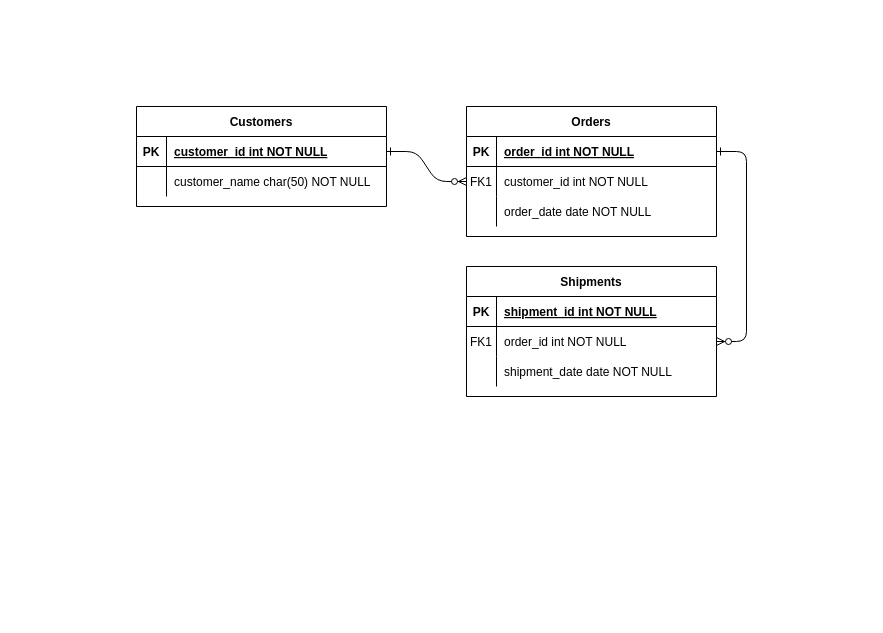
This is Untitled Diagram.drawio from ariehammond/conservation_DEI, a draw.io file, before an edit. Source tidied: cells renumbered, new cells numbered last; positions are measured from the earlier drawing's top-left corner, leaving out a move shared by most shapes. Both pictures are drawn from the tidied source at 100%, with x=0, y=0 at pixel (136, 106).
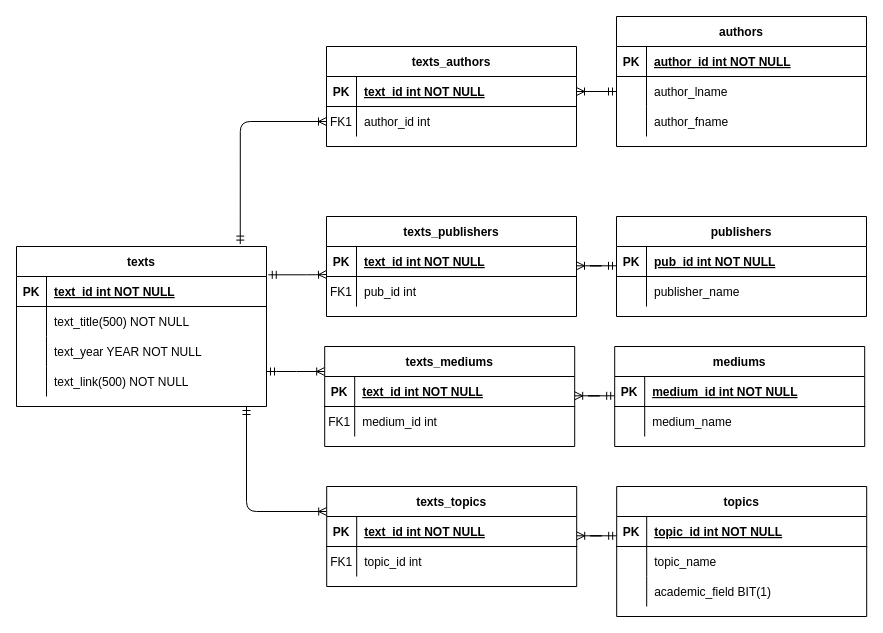
The same diagram, later.

Commit message:
consDEI_db_map

Unchanged cells that the change refers to:
```xml
<mxCell id="5" style="shape=partialRectangle;fillColor=none;points=[[0,0.5],[1,0.5]];portConstraint=eastwest;top=0;left=0;right=0;bottom=1;" parent="4" vertex="1">
  <mxGeometry y="30" width="250" height="30" as="geometry" />
</mxCell>
<mxCell id="8" style="shape=partialRectangle;fillColor=none;points=[[0,0.5],[1,0.5]];portConstraint=eastwest;top=0;left=0;right=0;bottom=0;" parent="4" vertex="1">
  <mxGeometry y="60" width="250" height="30" as="geometry" />
</mxCell>
<mxCell id="15" style="shape=partialRectangle;fillColor=none;top=0;left=0;right=0;bottom=1;" parent="14" vertex="1">
  <mxGeometry y="30" width="250" height="30" as="geometry" />
</mxCell>
<mxCell id="18" style="shape=partialRectangle;fillColor=none;points=[[0,0.5],[1,0.5]];portConstraint=eastwest;top=0;left=0;right=0;bottom=0;" parent="14" vertex="1">
  <mxGeometry y="60" width="250" height="30" as="geometry" />
</mxCell>
<mxCell id="21" style="shape=partialRectangle;fillColor=none;top=0;left=0;right=0;bottom=0;" parent="14" vertex="1">
  <mxGeometry y="90" width="250" height="30" as="geometry" />
</mxCell>
<mxCell id="25" style="shape=partialRectangle;fillColor=none;points=[[0,0.5],[1,0.5]];portConstraint=eastwest;top=0;left=0;right=0;bottom=1;" parent="24" vertex="1">
  <mxGeometry y="30" width="250" height="30" as="geometry" />
</mxCell>
<mxCell id="28" style="shape=partialRectangle;fillColor=none;top=0;left=0;right=0;bottom=0;" parent="24" vertex="1">
  <mxGeometry y="60" width="250" height="30" as="geometry" />
</mxCell>
```

Diff of the diagram source:
```diff
@@
-    <mxCell id="2" style="edgeStyle=entityRelationEdgeStyle;endArrow=ERzeroToMany;startArrow=ERone;endFill=1;startFill=0;" parent="1" edge="1" source="25" target="8">
+    <mxCell id="2" style="edgeStyle=orthogonalEdgeStyle;endArrow=ERoneToMany;startArrow=ERmandOne;endFill=0;startFill=0;exitX=0.895;exitY=-0.015;exitDx=0;exitDy=0;exitPerimeter=0;" parent="1" edge="1" source="24" target="8">
       <mxGeometry relative="1" as="geometry" />
     </mxCell>
-    <mxCell id="3" style="edgeStyle=entityRelationEdgeStyle;endArrow=ERzeroToMany;startArrow=ERone;endFill=1;startFill=0;" parent="1" edge="1" source="5" target="18">
+    <mxCell id="3" style="edgeStyle=entityRelationEdgeStyle;endArrow=ERmandOne;startArrow=ERoneToMany;endFill=0;startFill=0;" parent="1" edge="1" source="5" target="18">
       <mxGeometry relative="1" as="geometry" />
     </mxCell>
-    <mxCell id="4" value="Orders" style="shape=table;startSize=30;childLayout=tableLayout;rowLines=0;fontStyle=1;align=center;" parent="1" vertex="1">
-      <mxGeometry x="330" width="250" height="130" as="geometry" />
+    <mxCell id="4" value="texts_authors" style="shape=table;startSize=30;childLayout=tableLayout;rowLines=0;fontStyle=1;align=center;" parent="1" vertex="1">
+      <mxGeometry x="190" y="-60" width="250" height="100" as="geometry" />
     </mxCell>
@@
-    <mxCell id="7" value="order_id int NOT NULL " style="shape=partialRectangle;overflow=hidden;fillColor=none;top=0;left=0;bottom=0;right=0;align=left;spacingLeft=6;fontStyle=5;" parent="5" vertex="1">
+    <mxCell id="7" value="text_id int NOT NULL " style="shape=partialRectangle;overflow=hidden;fillColor=none;top=0;left=0;bottom=0;right=0;align=left;spacingLeft=6;fontStyle=5;" parent="5" vertex="1">
       <mxGeometry x="30" width="220" height="30" as="geometry" />
     </mxCell>
@@
-    <mxCell id="10" value="customer_id int NOT NULL" style="shape=partialRectangle;overflow=hidden;fillColor=none;top=0;left=0;bottom=0;right=0;align=left;spacingLeft=6;" parent="8" vertex="1">
+    <mxCell id="10" value="author_id int" style="shape=partialRectangle;overflow=hidden;fillColor=none;top=0;left=0;bottom=0;right=0;align=left;spacingLeft=6;" parent="8" vertex="1">
       <mxGeometry x="30" width="220" height="30" as="geometry" />
     </mxCell>
-    <mxCell id="11" style="shape=partialRectangle;fillColor=none;top=0;left=0;right=0;bottom=0;" parent="4" vertex="1">
-      <mxGeometry y="90" width="250" height="30" as="geometry" />
-    </mxCell>
-    <mxCell id="12" style="shape=partialRectangle;overflow=hidden;fillColor=none;top=0;left=0;bottom=0;right=0;" parent="11" vertex="1">
-      <mxGeometry width="30" height="30" as="geometry" />
-    </mxCell>
-    <mxCell id="13" value="order_date date NOT NULL" style="shape=partialRectangle;overflow=hidden;fillColor=none;top=0;left=0;bottom=0;right=0;align=left;spacingLeft=6;" parent="11" vertex="1">
-      <mxGeometry x="30" width="220" height="30" as="geometry" />
-    </mxCell>
-    <mxCell id="14" value="Shipments" style="shape=table;startSize=30;childLayout=tableLayout;rowLines=0;fontStyle=1;align=center;" parent="1" vertex="1">
-      <mxGeometry x="330" y="160" width="250" height="130" as="geometry" />
+    <mxCell id="14" value="authors" style="shape=table;startSize=30;childLayout=tableLayout;rowLines=0;fontStyle=1;align=center;" parent="1" vertex="1">
+      <mxGeometry x="480" y="-90" width="250" height="130" as="geometry" />
     </mxCell>
@@
-    <mxCell id="17" value="shipment_id int NOT NULL " style="shape=partialRectangle;overflow=hidden;fillColor=none;top=0;left=0;bottom=0;right=0;align=left;spacingLeft=6;fontStyle=5;" parent="15" vertex="1">
+    <mxCell id="17" value="author_id int NOT NULL " style="shape=partialRectangle;overflow=hidden;fillColor=none;top=0;left=0;bottom=0;right=0;align=left;spacingLeft=6;fontStyle=5;" parent="15" vertex="1">
       <mxGeometry x="30" width="220" height="30" as="geometry" />
     </mxCell>
@@
-    <mxCell id="19" value="FK1" style="shape=partialRectangle;overflow=hidden;fillColor=none;top=0;left=0;bottom=0;right=0;" parent="18" vertex="1">
+    <mxCell id="19" style="shape=partialRectangle;overflow=hidden;fillColor=none;top=0;left=0;bottom=0;right=0;" parent="18" vertex="1">
       <mxGeometry width="30" height="30" as="geometry" />
     </mxCell>
-    <mxCell id="20" value="order_id int NOT NULL" style="shape=partialRectangle;overflow=hidden;fillColor=none;top=0;left=0;bottom=0;right=0;align=left;spacingLeft=6;" parent="18" vertex="1">
+    <mxCell id="20" value="author_lname" style="shape=partialRectangle;overflow=hidden;fillColor=none;top=0;left=0;bottom=0;right=0;align=left;spacingLeft=6;" parent="18" vertex="1">
       <mxGeometry x="30" width="220" height="30" as="geometry" />
     </mxCell>
@@
-    <mxCell id="23" value="shipment_date date NOT NULL" style="shape=partialRectangle;overflow=hidden;fillColor=none;top=0;left=0;bottom=0;right=0;align=left;spacingLeft=6;" parent="21" vertex="1">
+    <mxCell id="23" value="author_fname" style="shape=partialRectangle;overflow=hidden;fillColor=none;top=0;left=0;bottom=0;right=0;align=left;spacingLeft=6;" parent="21" vertex="1">
       <mxGeometry x="30" width="220" height="30" as="geometry" />
     </mxCell>
-    <mxCell id="24" value="Customers" style="shape=table;startSize=30;childLayout=tableLayout;rowLines=0;fontStyle=1;align=center;" parent="1" vertex="1">
-      <mxGeometry width="250" height="100" as="geometry" />
+    <mxCell id="24" value="texts" style="shape=table;startSize=30;childLayout=tableLayout;rowLines=0;fontStyle=1;align=center;" parent="1" vertex="1">
+      <mxGeometry x="-120" y="140" width="250" height="160" as="geometry" />
     </mxCell>
@@
-    <mxCell id="27" value="customer_id int NOT NULL " style="shape=partialRectangle;overflow=hidden;fillColor=none;top=0;left=0;bottom=0;right=0;align=left;spacingLeft=6;fontStyle=5;" parent="25" vertex="1">
+    <mxCell id="27" value="text_id int NOT NULL " style="shape=partialRectangle;overflow=hidden;fillColor=none;top=0;left=0;bottom=0;right=0;align=left;spacingLeft=6;fontStyle=5;" parent="25" vertex="1">
       <mxGeometry x="30" width="220" height="30" as="geometry" />
     </mxCell>
@@
-    <mxCell id="30" value="customer_name char(50) NOT NULL" style="shape=partialRectangle;overflow=hidden;fillColor=none;top=0;left=0;bottom=0;right=0;align=left;spacingLeft=6;" parent="28" vertex="1">
+    <mxCell id="30" value="text_title(500) NOT NULL" style="shape=partialRectangle;overflow=hidden;fillColor=none;top=0;left=0;bottom=0;right=0;align=left;spacingLeft=6;" parent="28" vertex="1">
       <mxGeometry x="30" width="220" height="30" as="geometry" />
     </mxCell>
+    <mxCell id="31" style="shape=partialRectangle;fillColor=none;top=0;left=0;right=0;bottom=0;" parent="24" vertex="1">
+      <mxGeometry y="90" width="250" height="30" as="geometry" />
+    </mxCell>
+    <mxCell id="32" style="shape=partialRectangle;overflow=hidden;fillColor=none;top=0;left=0;bottom=0;right=0;" parent="31" vertex="1">
+      <mxGeometry width="30" height="30" as="geometry" />
+    </mxCell>
+    <mxCell id="33" value="text_year YEAR NOT NULL" style="shape=partialRectangle;overflow=hidden;fillColor=none;top=0;left=0;bottom=0;right=0;align=left;spacingLeft=6;" parent="31" vertex="1">
+      <mxGeometry x="30" width="220" height="30" as="geometry" />
+    </mxCell>
+    <mxCell id="34" style="shape=partialRectangle;fillColor=none;top=0;left=0;right=0;bottom=0;" parent="24" vertex="1">
+      <mxGeometry y="120" width="250" height="30" as="geometry" />
+    </mxCell>
+    <mxCell id="35" style="shape=partialRectangle;overflow=hidden;fillColor=none;top=0;left=0;bottom=0;right=0;" parent="34" vertex="1">
+      <mxGeometry width="30" height="30" as="geometry" />
+    </mxCell>
+    <mxCell id="36" value="text_link(500) NOT NULL" style="shape=partialRectangle;overflow=hidden;fillColor=none;top=0;left=0;bottom=0;right=0;align=left;spacingLeft=6;" parent="34" vertex="1">
+      <mxGeometry x="30" width="220" height="30" as="geometry" />
+    </mxCell>
+    <mxCell id="37" value="texts_publishers" style="shape=table;startSize=30;childLayout=tableLayout;rowLines=0;fontStyle=1;align=center;" parent="1" vertex="1">
+      <mxGeometry x="190" y="110" width="250" height="100" as="geometry" />
+    </mxCell>
+    <mxCell id="38" style="shape=partialRectangle;fillColor=none;top=0;left=0;right=0;bottom=1;" parent="37" vertex="1">
+      <mxGeometry y="30" width="250" height="30" as="geometry" />
+    </mxCell>
+    <mxCell id="39" value="PK" style="shape=partialRectangle;overflow=hidden;fillColor=none;top=0;left=0;bottom=0;right=0;fontStyle=1;" parent="38" vertex="1">
+      <mxGeometry width="30" height="30" as="geometry" />
+    </mxCell>
+    <mxCell id="40" value="text_id int NOT NULL " style="shape=partialRectangle;overflow=hidden;fillColor=none;top=0;left=0;bottom=0;right=0;align=left;spacingLeft=6;fontStyle=5;" parent="38" vertex="1">
+      <mxGeometry x="30" width="220" height="30" as="geometry" />
+    </mxCell>
+    <mxCell id="41" style="shape=partialRectangle;fillColor=none;top=0;left=0;right=0;bottom=0;" parent="37" vertex="1">
+      <mxGeometry y="60" width="250" height="30" as="geometry" />
+    </mxCell>
+    <mxCell id="42" value="FK1" style="shape=partialRectangle;overflow=hidden;fillColor=none;top=0;left=0;bottom=0;right=0;" parent="41" vertex="1">
+      <mxGeometry width="30" height="30" as="geometry" />
+    </mxCell>
+    <mxCell id="43" value="pub_id int" style="shape=partialRectangle;overflow=hidden;fillColor=none;top=0;left=0;bottom=0;right=0;align=left;spacingLeft=6;" parent="41" vertex="1">
+      <mxGeometry x="30" width="220" height="30" as="geometry" />
+    </mxCell>
+    <mxCell id="44" style="edgeStyle=entityRelationEdgeStyle;endArrow=ERmandOne;startArrow=ERoneToMany;endFill=0;startFill=0;" parent="1" edge="1">
+      <mxGeometry relative="1" as="geometry">
+        <mxPoint x="440" y="159.3" as="sourcePoint" />
+        <mxPoint x="480" y="159.3" as="targetPoint" />
+      </mxGeometry>
+    </mxCell>
+    <mxCell id="45" style="edgeStyle=orthogonalEdgeStyle;endArrow=ERoneToMany;startArrow=ERmandOne;endFill=0;startFill=0;exitX=1.007;exitY=-0.056;exitDx=0;exitDy=0;exitPerimeter=0;" parent="1" edge="1" source="25">
+      <mxGeometry relative="1" as="geometry">
+        <mxPoint x="190" y="168" as="targetPoint" />
+        <Array as="points">
+          <mxPoint x="180" y="168" />
+          <mxPoint x="180" y="168" />
+        </Array>
+      </mxGeometry>
+    </mxCell>
+    <mxCell id="46" value="publishers" style="shape=table;startSize=30;childLayout=tableLayout;rowLines=0;fontStyle=1;align=center;" parent="1" vertex="1">
+      <mxGeometry x="480" y="110" width="250" height="100" as="geometry" />
+    </mxCell>
+    <mxCell id="47" style="shape=partialRectangle;fillColor=none;top=0;left=0;right=0;bottom=1;" parent="46" vertex="1">
+      <mxGeometry y="30" width="250" height="30" as="geometry" />
+    </mxCell>
+    <mxCell id="48" value="PK" style="shape=partialRectangle;overflow=hidden;fillColor=none;top=0;left=0;bottom=0;right=0;fontStyle=1;" parent="47" vertex="1">
+      <mxGeometry width="30" height="30" as="geometry" />
+    </mxCell>
+    <mxCell id="49" value="pub_id int NOT NULL " style="shape=partialRectangle;overflow=hidden;fillColor=none;top=0;left=0;bottom=0;right=0;align=left;spacingLeft=6;fontStyle=5;" parent="47" vertex="1">
+      <mxGeometry x="30" width="220" height="30" as="geometry" />
+    </mxCell>
+    <mxCell id="50" style="shape=partialRectangle;fillColor=none;top=0;left=0;right=0;bottom=0;" parent="46" vertex="1">
+      <mxGeometry y="60" width="250" height="30" as="geometry" />
+    </mxCell>
+    <mxCell id="51" style="shape=partialRectangle;overflow=hidden;fillColor=none;top=0;left=0;bottom=0;right=0;" parent="50" vertex="1">
+      <mxGeometry width="30" height="30" as="geometry" />
+    </mxCell>
+    <mxCell id="52" value="publisher_name" style="shape=partialRectangle;overflow=hidden;fillColor=none;top=0;left=0;bottom=0;right=0;align=left;spacingLeft=6;" parent="50" vertex="1">
+      <mxGeometry x="30" width="220" height="30" as="geometry" />
+    </mxCell>
+    <mxCell id="53" style="edgeStyle=entityRelationEdgeStyle;endArrow=ERmandOne;startArrow=ERoneToMany;endFill=0;startFill=0;" parent="1" edge="1">
+      <mxGeometry relative="1" as="geometry">
+        <mxPoint x="438.2" y="289.3" as="sourcePoint" />
+        <mxPoint x="478.2" y="289.3" as="targetPoint" />
+      </mxGeometry>
+    </mxCell>
+    <mxCell id="54" style="edgeStyle=orthogonalEdgeStyle;endArrow=ERoneToMany;startArrow=ERmandOne;endFill=0;startFill=0;entryX=0;entryY=0.25;entryDx=0;entryDy=0;" parent="1" edge="1" target="55">
+      <mxGeometry relative="1" as="geometry">
+        <mxPoint x="130" y="265" as="sourcePoint" />
+        <Array as="points">
+          <mxPoint x="150" y="265" />
+          <mxPoint x="150" y="265" />
+        </Array>
+      </mxGeometry>
+    </mxCell>
+    <mxCell id="55" value="texts_mediums" style="shape=table;startSize=30;childLayout=tableLayout;rowLines=0;fontStyle=1;align=center;" parent="1" vertex="1">
+      <mxGeometry x="188.2" y="240" width="250" height="100" as="geometry" />
+    </mxCell>
+    <mxCell id="56" style="shape=partialRectangle;fillColor=none;top=0;left=0;right=0;bottom=1;" parent="55" vertex="1">
+      <mxGeometry y="30" width="250" height="30" as="geometry" />
+    </mxCell>
+    <mxCell id="57" value="PK" style="shape=partialRectangle;overflow=hidden;fillColor=none;top=0;left=0;bottom=0;right=0;fontStyle=1;" parent="56" vertex="1">
+      <mxGeometry width="30" height="30" as="geometry" />
+    </mxCell>
+    <mxCell id="58" value="text_id int NOT NULL " style="shape=partialRectangle;overflow=hidden;fillColor=none;top=0;left=0;bottom=0;right=0;align=left;spacingLeft=6;fontStyle=5;" parent="56" vertex="1">
+      <mxGeometry x="30" width="220" height="30" as="geometry" />
+    </mxCell>
+    <mxCell id="59" style="shape=partialRectangle;fillColor=none;top=0;left=0;right=0;bottom=0;" parent="55" vertex="1">
+      <mxGeometry y="60" width="250" height="30" as="geometry" />
+    </mxCell>
+    <mxCell id="60" value="FK1" style="shape=partialRectangle;overflow=hidden;fillColor=none;top=0;left=0;bottom=0;right=0;" parent="59" vertex="1">
+      <mxGeometry width="30" height="30" as="geometry" />
+    </mxCell>
+    <mxCell id="61" value="medium_id int" style="shape=partialRectangle;overflow=hidden;fillColor=none;top=0;left=0;bottom=0;right=0;align=left;spacingLeft=6;" parent="59" vertex="1">
+      <mxGeometry x="30" width="220" height="30" as="geometry" />
+    </mxCell>
+    <mxCell id="62" value="mediums" style="shape=table;startSize=30;childLayout=tableLayout;rowLines=0;fontStyle=1;align=center;" parent="1" vertex="1">
+      <mxGeometry x="478.2" y="240" width="250" height="100" as="geometry" />
+    </mxCell>
+    <mxCell id="63" style="shape=partialRectangle;fillColor=none;top=0;left=0;right=0;bottom=1;" parent="62" vertex="1">
+      <mxGeometry y="30" width="250" height="30" as="geometry" />
+    </mxCell>
+    <mxCell id="64" value="PK" style="shape=partialRectangle;overflow=hidden;fillColor=none;top=0;left=0;bottom=0;right=0;fontStyle=1;" parent="63" vertex="1">
+      <mxGeometry width="30" height="30" as="geometry" />
+    </mxCell>
+    <mxCell id="65" value="medium_id int NOT NULL " style="shape=partialRectangle;overflow=hidden;fillColor=none;top=0;left=0;bottom=0;right=0;align=left;spacingLeft=6;fontStyle=5;" parent="63" vertex="1">
+      <mxGeometry x="30" width="220" height="30" as="geometry" />
+    </mxCell>
+    <mxCell id="66" style="shape=partialRectangle;fillColor=none;top=0;left=0;right=0;bottom=0;" parent="62" vertex="1">
+      <mxGeometry y="60" width="250" height="30" as="geometry" />
+    </mxCell>
+    <mxCell id="67" style="shape=partialRectangle;overflow=hidden;fillColor=none;top=0;left=0;bottom=0;right=0;" parent="66" vertex="1">
+      <mxGeometry width="30" height="30" as="geometry" />
+    </mxCell>
+    <mxCell id="68" value="medium_name" style="shape=partialRectangle;overflow=hidden;fillColor=none;top=0;left=0;bottom=0;right=0;align=left;spacingLeft=6;" parent="66" vertex="1">
+      <mxGeometry x="30" width="220" height="30" as="geometry" />
+    </mxCell>
+    <mxCell id="69" style="edgeStyle=entityRelationEdgeStyle;endArrow=ERmandOne;startArrow=ERoneToMany;endFill=0;startFill=0;" parent="1" edge="1">
+      <mxGeometry relative="1" as="geometry">
+        <mxPoint x="440.2" y="429.3" as="sourcePoint" />
+        <mxPoint x="480.2" y="429.3" as="targetPoint" />
+      </mxGeometry>
+    </mxCell>
+    <mxCell id="70" style="edgeStyle=orthogonalEdgeStyle;endArrow=ERoneToMany;startArrow=ERmandOne;endFill=0;startFill=0;entryX=0;entryY=0.25;entryDx=0;entryDy=0;" parent="1" edge="1" target="71">
+      <mxGeometry relative="1" as="geometry">
+        <mxPoint x="110" y="300" as="sourcePoint" />
+        <Array as="points">
+          <mxPoint x="110" y="405" />
+        </Array>
+      </mxGeometry>
+    </mxCell>
+    <mxCell id="71" value="texts_topics" style="shape=table;startSize=30;childLayout=tableLayout;rowLines=0;fontStyle=1;align=center;" parent="1" vertex="1">
+      <mxGeometry x="190.2" y="380" width="250" height="100" as="geometry" />
+    </mxCell>
+    <mxCell id="72" style="shape=partialRectangle;fillColor=none;top=0;left=0;right=0;bottom=1;" parent="71" vertex="1">
+      <mxGeometry y="30" width="250" height="30" as="geometry" />
+    </mxCell>
+    <mxCell id="73" value="PK" style="shape=partialRectangle;overflow=hidden;fillColor=none;top=0;left=0;bottom=0;right=0;fontStyle=1;" parent="72" vertex="1">
+      <mxGeometry width="30" height="30" as="geometry" />
+    </mxCell>
+    <mxCell id="74" value="text_id int NOT NULL " style="shape=partialRectangle;overflow=hidden;fillColor=none;top=0;left=0;bottom=0;right=0;align=left;spacingLeft=6;fontStyle=5;" parent="72" vertex="1">
+      <mxGeometry x="30" width="220" height="30" as="geometry" />
+    </mxCell>
+    <mxCell id="75" style="shape=partialRectangle;fillColor=none;top=0;left=0;right=0;bottom=0;" parent="71" vertex="1">
+      <mxGeometry y="60" width="250" height="30" as="geometry" />
+    </mxCell>
+    <mxCell id="76" value="FK1" style="shape=partialRectangle;overflow=hidden;fillColor=none;top=0;left=0;bottom=0;right=0;" parent="75" vertex="1">
+      <mxGeometry width="30" height="30" as="geometry" />
+    </mxCell>
+    <mxCell id="77" value="topic_id int" style="shape=partialRectangle;overflow=hidden;fillColor=none;top=0;left=0;bottom=0;right=0;align=left;spacingLeft=6;" parent="75" vertex="1">
+      <mxGeometry x="30" width="220" height="30" as="geometry" />
+    </mxCell>
+    <mxCell id="78" value="topics" style="shape=table;startSize=30;childLayout=tableLayout;rowLines=0;fontStyle=1;align=center;" parent="1" vertex="1">
+      <mxGeometry x="480.2" y="380" width="250" height="130" as="geometry" />
+    </mxCell>
+    <mxCell id="79" style="shape=partialRectangle;fillColor=none;top=0;left=0;right=0;bottom=1;" parent="78" vertex="1">
+      <mxGeometry y="30" width="250" height="30" as="geometry" />
+    </mxCell>
+    <mxCell id="80" value="PK" style="shape=partialRectangle;overflow=hidden;fillColor=none;top=0;left=0;bottom=0;right=0;fontStyle=1;" parent="79" vertex="1">
+      <mxGeometry width="30" height="30" as="geometry" />
+    </mxCell>
+    <mxCell id="81" value="topic_id int NOT NULL " style="shape=partialRectangle;overflow=hidden;fillColor=none;top=0;left=0;bottom=0;right=0;align=left;spacingLeft=6;fontStyle=5;" parent="79" vertex="1">
+      <mxGeometry x="30" width="220" height="30" as="geometry" />
+    </mxCell>
+    <mxCell id="82" style="shape=partialRectangle;fillColor=none;top=0;left=0;right=0;bottom=0;" parent="78" vertex="1">
+      <mxGeometry y="60" width="250" height="30" as="geometry" />
+    </mxCell>
+    <mxCell id="83" style="shape=partialRectangle;overflow=hidden;fillColor=none;top=0;left=0;bottom=0;right=0;" parent="82" vertex="1">
+      <mxGeometry width="30" height="30" as="geometry" />
+    </mxCell>
+    <mxCell id="84" value="topic_name" style="shape=partialRectangle;overflow=hidden;fillColor=none;top=0;left=0;bottom=0;right=0;align=left;spacingLeft=6;" parent="82" vertex="1">
+      <mxGeometry x="30" width="220" height="30" as="geometry" />
+    </mxCell>
+    <mxCell id="85" style="shape=partialRectangle;fillColor=none;top=0;left=0;right=0;bottom=0;" parent="78" vertex="1">
+      <mxGeometry y="90" width="250" height="30" as="geometry" />
+    </mxCell>
+    <mxCell id="86" style="shape=partialRectangle;overflow=hidden;fillColor=none;top=0;left=0;bottom=0;right=0;" parent="85" vertex="1">
+      <mxGeometry width="30" height="30" as="geometry" />
+    </mxCell>
+    <mxCell id="87" value="academic_field BIT(1)" style="shape=partialRectangle;overflow=hidden;fillColor=none;top=0;left=0;bottom=0;right=0;align=left;spacingLeft=6;" parent="85" vertex="1">
+      <mxGeometry x="30" width="220" height="30" as="geometry" />
+    </mxCell>
```
